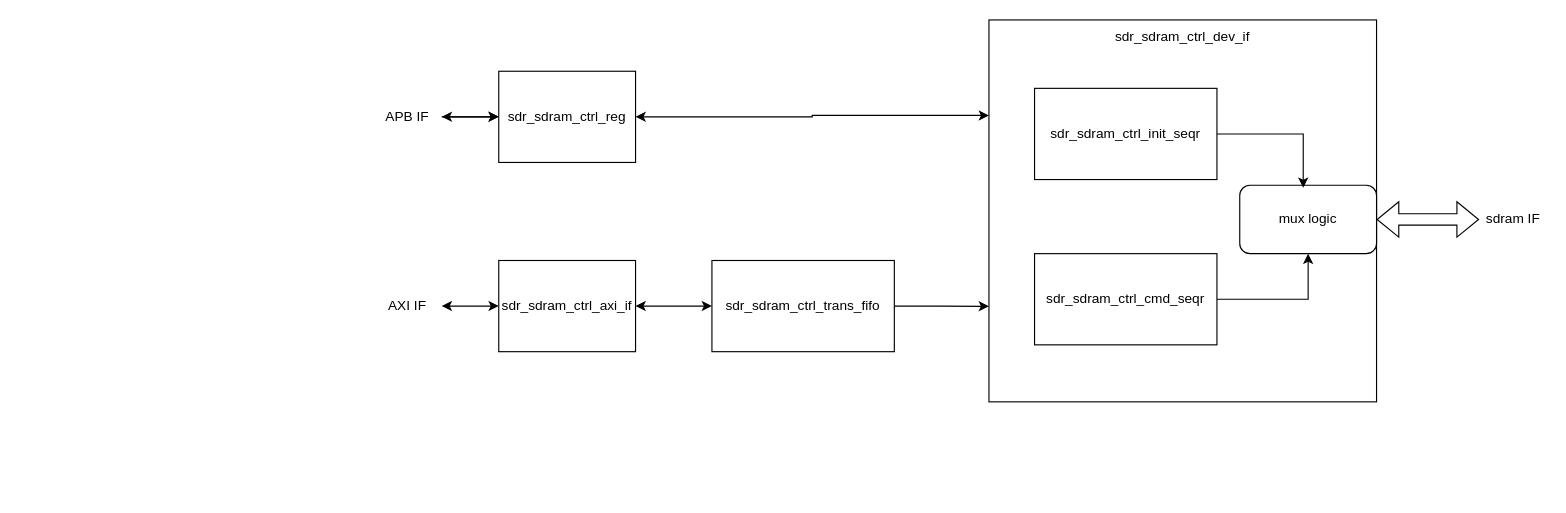
Before: memory/sdr_sdram_ctrl/doc/func_spec/figure/sdr_sdram_ctrl_block.drawio in YKengo1224/rtl-ip-library, a draw.io diagram. Source tidied: cells renumbered, new cells numbered last; positions are measured from the earlier drawing's top-left corner, leaving out a move shared by most shapes. Both pictures are drawn from the tidied source at 114%, with x=0, y=0 at pixel (373, 19).
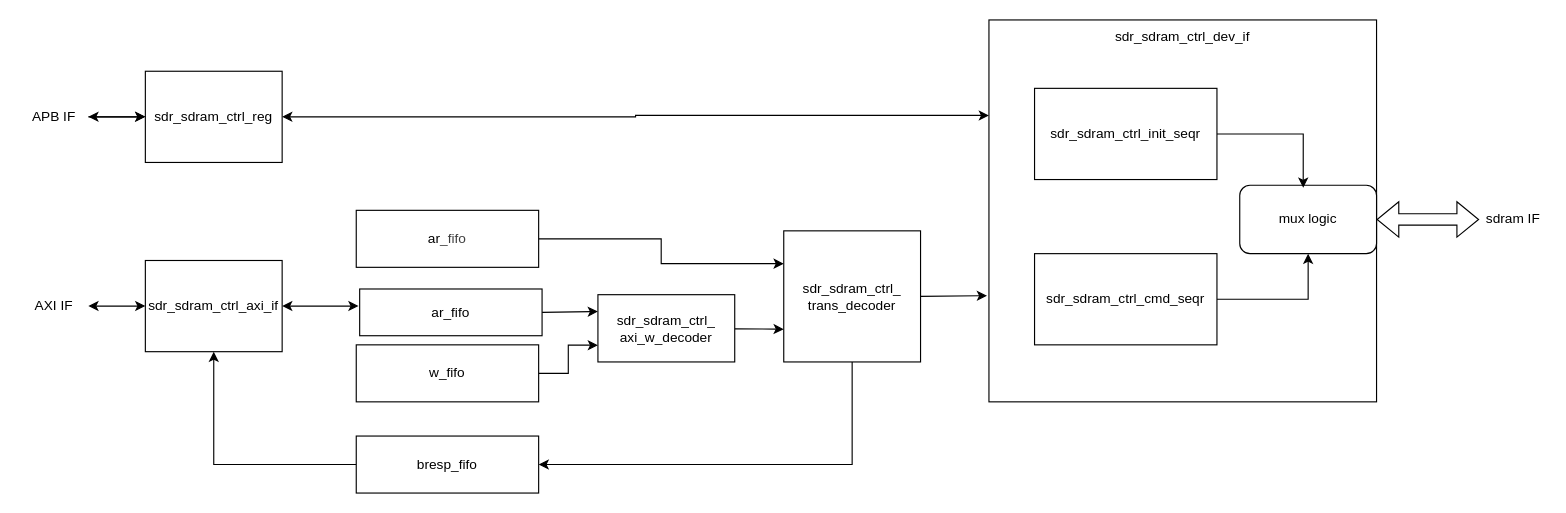
After the change.

Commit message (it also covers changes not shown here):
update sdr-sdram

Unchanged cells that the change refers to:
```xml
<mxCell id="2" style="whiteSpace=wrap;html=1;" parent="1" vertex="1">
  <mxGeometry x="540" width="340" height="335" as="geometry" />
</mxCell>
```

Diff of the diagram source:
```diff
@@
     <mxCell id="4" value="sdr_sdram_ctrl_reg" style="rounded=0;whiteSpace=wrap;html=1;" parent="1" vertex="1">
-      <mxGeometry x="110" y="45" width="120" height="80" as="geometry" />
+      <mxGeometry x="-200" y="45" width="120" height="80" as="geometry" />
     </mxCell>
-    <mxCell id="5" style="edgeStyle=orthogonalEdgeStyle;rounded=0;jettySize=auto;html=1;startArrow=classic;startFill=1;" parent="1" edge="1" source="6" target="8">
-      <mxGeometry relative="1" as="geometry" />
+    <mxCell id="5" style="edgeStyle=orthogonalEdgeStyle;rounded=0;jettySize=auto;html=1;startArrow=classic;startFill=1;" parent="1" edge="1" source="6">
+      <mxGeometry relative="1" as="geometry">
+        <mxPoint x="-13" y="251" as="targetPoint" />
+      </mxGeometry>
     </mxCell>
     <mxCell id="6" value="sdr_sdram_ctrl_axi_if" style="rounded=0;whiteSpace=wrap;html=1;" parent="1" vertex="1">
-      <mxGeometry x="110" y="211" width="120" height="80" as="geometry" />
+      <mxGeometry x="-200" y="211" width="120" height="80" as="geometry" />
     </mxCell>
-    <mxCell id="7" style="edgeStyle=orthogonalEdgeStyle;rounded=0;jettySize=auto;html=1;entryX=0;entryY=0.75;entryDx=0;entryDy=0;" parent="1" edge="1" source="8" target="2">
+    <mxCell id="7" style="rounded=0;jettySize=auto;html=1;entryX=0;entryY=0.25;entryDx=0;entryDy=0;exitX=1;exitY=0.5;exitDx=0;exitDy=0;" parent="1" edge="1" source="24" target="33">
       <mxGeometry relative="1" as="geometry" />
     </mxCell>
-    <mxCell id="8" value="sdr_sdram_ctrl_trans_fifo" style="whiteSpace=wrap;html=1;" parent="1" vertex="1">
-      <mxGeometry x="297" y="211" width="160" height="80" as="geometry" />
-    </mxCell>
@@
     <mxCell id="17" value="APB IF" style="text;html=1;whiteSpace=wrap;strokeColor=none;fillColor=none;align=center;verticalAlign=middle;rounded=0;" parent="1" vertex="1">
-      <mxGeometry y="70" width="60" height="30" as="geometry" />
+      <mxGeometry x="-310" y="70" width="60" height="30" as="geometry" />
     </mxCell>
@@
     <mxCell id="19" value="AXI IF" style="text;html=1;whiteSpace=wrap;strokeColor=none;fillColor=none;align=center;verticalAlign=middle;rounded=0;" parent="1" vertex="1">
-      <mxGeometry y="236" width="60" height="30" as="geometry" />
+      <mxGeometry x="-310" y="236" width="60" height="30" as="geometry" />
     </mxCell>
@@
+    <mxCell id="22" style="edgeStyle=orthogonalEdgeStyle;html=1;rounded=0;curved=0;entryX=0;entryY=0.25;entryDx=0;entryDy=0;" parent="1" edge="1" source="23" target="29">
+      <mxGeometry relative="1" as="geometry" />
+    </mxCell>
+    <mxCell id="23" value="ar&lt;span style=&quot;color: rgb(63, 63, 63); background-color: transparent;&quot;&gt;_fifo&lt;/span&gt;" style="whiteSpace=wrap;html=1;" parent="1" vertex="1">
+      <mxGeometry x="-15" y="167" width="160" height="50" as="geometry" />
+    </mxCell>
+    <mxCell id="24" value="&lt;div&gt;&lt;span style=&quot;background-color: transparent;&quot;&gt;ar_fifo&lt;/span&gt;&lt;/div&gt;" style="whiteSpace=wrap;html=1;" parent="1" vertex="1">
+      <mxGeometry x="-12" y="236" width="160" height="41" as="geometry" />
+    </mxCell>
+    <mxCell id="25" style="edgeStyle=orthogonalEdgeStyle;html=1;entryX=0;entryY=0.75;entryDx=0;entryDy=0;rounded=0;curved=0;" parent="1" edge="1" source="26" target="33">
+      <mxGeometry relative="1" as="geometry" />
+    </mxCell>
+    <mxCell id="26" value="w_fifo" style="whiteSpace=wrap;html=1;" parent="1" vertex="1">
+      <mxGeometry x="-15" y="285" width="160" height="50" as="geometry" />
+    </mxCell>
+    <mxCell id="27" style="html=1;entryX=-0.005;entryY=0.722;entryDx=0;entryDy=0;exitX=1;exitY=0.5;exitDx=0;exitDy=0;entryPerimeter=0;" parent="1" edge="1" source="29" target="2">
+      <mxGeometry relative="1" as="geometry" />
+    </mxCell>
+    <mxCell id="28" style="edgeStyle=orthogonalEdgeStyle;html=1;entryX=1;entryY=0.5;entryDx=0;entryDy=0;rounded=0;exitX=0.5;exitY=1;exitDx=0;exitDy=0;" parent="1" edge="1" source="29" target="31">
+      <mxGeometry relative="1" as="geometry" />
+    </mxCell>
+    <mxCell id="29" value="sdr_sdram_ctrl_&lt;div&gt;trans_decoder&lt;/div&gt;" style="rounded=0;whiteSpace=wrap;html=1;" parent="1" vertex="1">
+      <mxGeometry x="360" y="185" width="120" height="115" as="geometry" />
+    </mxCell>
+    <mxCell id="30" style="edgeStyle=orthogonalEdgeStyle;html=1;entryX=0.5;entryY=1;entryDx=0;entryDy=0;rounded=0;curved=0;" parent="1" edge="1" source="31" target="6">
+      <mxGeometry relative="1" as="geometry" />
+    </mxCell>
+    <mxCell id="31" value="bresp_fifo" style="whiteSpace=wrap;html=1;" parent="1" vertex="1">
+      <mxGeometry x="-15" y="365" width="160" height="50" as="geometry" />
+    </mxCell>
+    <mxCell id="32" style="edgeStyle=none;html=1;entryX=0;entryY=0.75;entryDx=0;entryDy=0;" parent="1" edge="1" source="33" target="29">
+      <mxGeometry relative="1" as="geometry" />
+    </mxCell>
+    <mxCell id="33" value="sdr_sdram_ctrl_&lt;div&gt;axi_w_decoder&lt;/div&gt;" style="rounded=0;whiteSpace=wrap;html=1;" parent="1" vertex="1">
+      <mxGeometry x="197" y="241" width="120" height="59" as="geometry" />
+    </mxCell>
```
